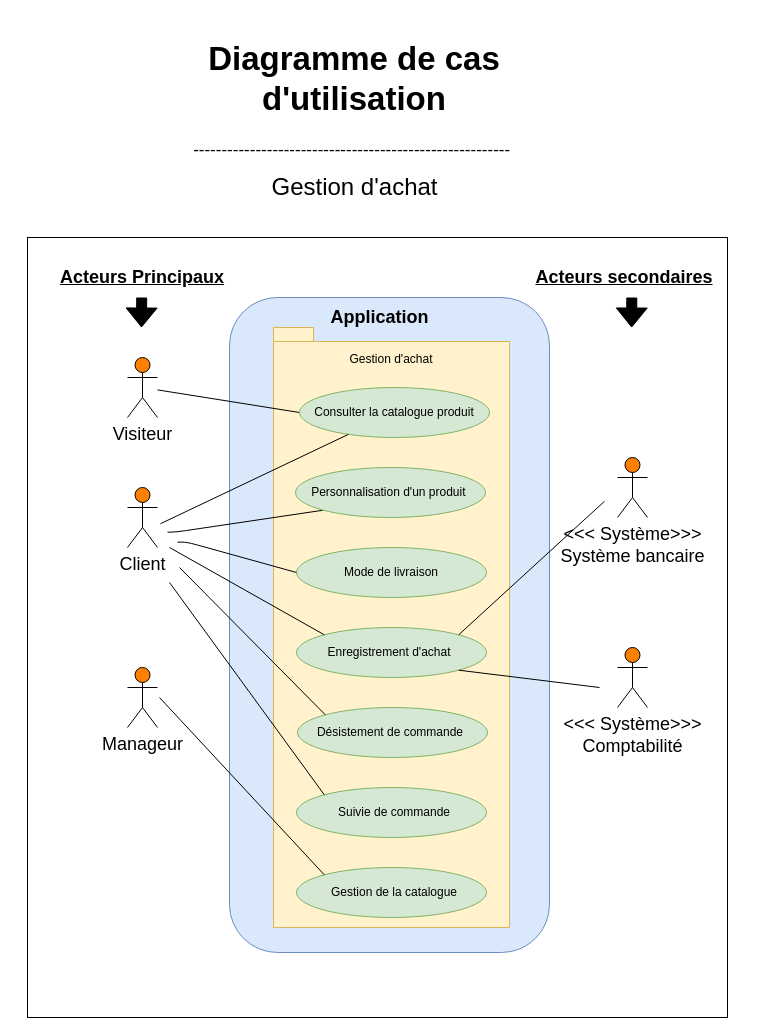
Before: page "Gestion d'achat" (1 of 5) of Use case Diagram.drawio in Maayaavi/OC_Project_4, a draw.io diagram. Source tidied: cells renumbered, new cells numbered last; positions are measured from the earlier drawing's top-left corner, leaving out a move shared by most shapes. Both pictures are drawn from the tidied source at 100%, with x=0, y=0 at pixel (17, 27).
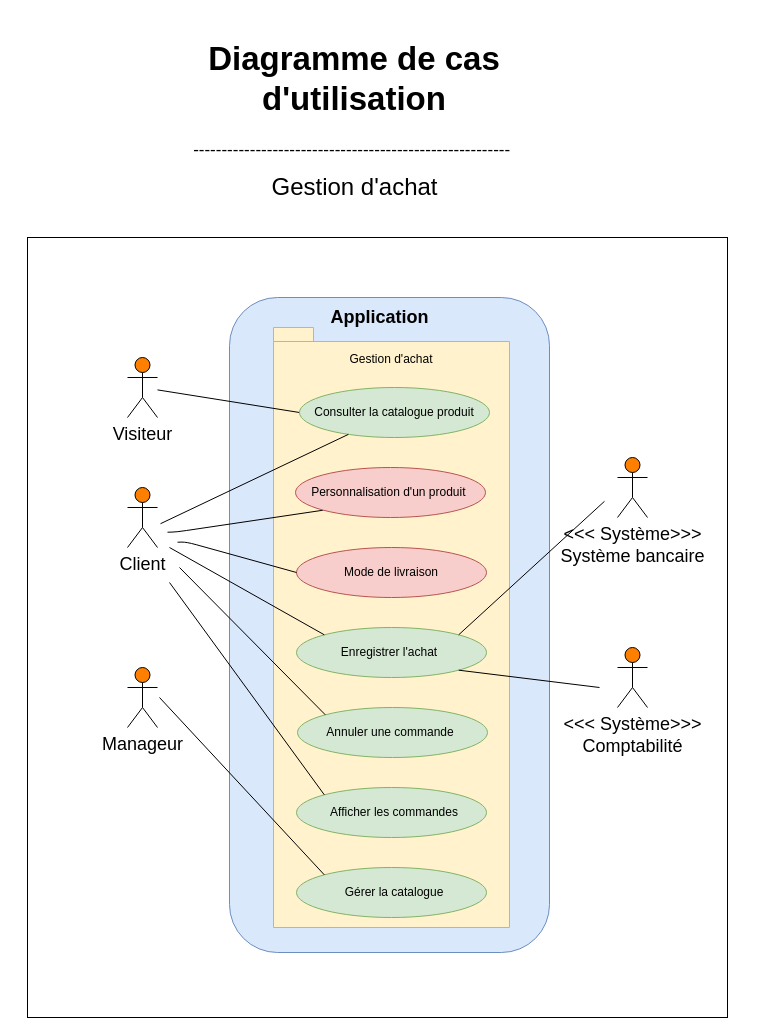
Above is the later version.

What changed in the source:
```diff
@@
-    <mxCell id="11" value="Acteurs Principaux" style="text;html=1;strokeColor=none;fillColor=none;align=center;verticalAlign=middle;whiteSpace=wrap;rounded=0;glass=0;fontSize=18;fontStyle=5;" parent="1" vertex="1">
-      <mxGeometry y="240" width="250" height="20" as="geometry" />
-    </mxCell>
-    <mxCell id="12" value="Acteurs secondaires" style="text;html=1;strokeColor=none;fillColor=none;align=center;verticalAlign=middle;whiteSpace=wrap;rounded=0;glass=0;fontSize=18;fontStyle=5;" parent="1" vertex="1">
-      <mxGeometry x="482" y="240" width="250" height="20" as="geometry" />
-    </mxCell>
-    <mxCell id="13" style="shape=flexArrow;endArrow=classic;html=1;strokeColor=#000000;fontSize=18;fillColor=#000000;" parent="1" edge="1">
-      <mxGeometry relative="1" as="geometry">
-        <mxPoint x="124.2" y="270" as="sourcePoint" />
-        <mxPoint x="124" y="300" as="targetPoint" />
-      </mxGeometry>
-    </mxCell>
-    <mxCell id="14" style="shape=flexArrow;endArrow=classic;html=1;strokeColor=#000000;fontSize=18;fillColor=#000000;" parent="1" edge="1">
-      <mxGeometry relative="1" as="geometry">
-        <mxPoint x="614.3" y="270" as="sourcePoint" />
-        <mxPoint x="614.2" y="300" as="targetPoint" />
-      </mxGeometry>
-    </mxCell>
@@
-    <mxCell id="21" value="Enregistrement d'achat" style="text;html=1;strokeColor=none;fillColor=none;align=center;verticalAlign=middle;whiteSpace=wrap;rounded=0;" parent="1" vertex="1">
+    <mxCell id="21" value="Enregistrer l'achat" style="text;html=1;strokeColor=none;fillColor=none;align=center;verticalAlign=middle;whiteSpace=wrap;rounded=0;" parent="1" vertex="1">
       <mxGeometry x="267" y="615" width="210" height="20" as="geometry" />
     </mxCell>
@@
-    <mxCell id="26" value="Gestion de la catalogue" style="text;html=1;strokeColor=none;fillColor=none;align=center;verticalAlign=middle;whiteSpace=wrap;rounded=0;" parent="1" vertex="1">
+    <mxCell id="26" value="Gérer la catalogue" style="text;html=1;strokeColor=none;fillColor=none;align=center;verticalAlign=middle;whiteSpace=wrap;rounded=0;" parent="1" vertex="1">
       <mxGeometry x="272" y="855" width="210" height="20" as="geometry" />
     </mxCell>
@@
-    <mxCell id="29" style="ellipse;whiteSpace=wrap;html=1;fillColor=#d5e8d4;strokeColor=#82b366;" parent="1" vertex="1">
+    <mxCell id="29" style="ellipse;whiteSpace=wrap;html=1;fillColor=#f8cecc;strokeColor=#b85450;" parent="1" vertex="1">
       <mxGeometry x="279" y="520" width="190" height="50" as="geometry" />
     </mxCell>
@@
-    <mxCell id="33" value="Désistement de commande" style="text;html=1;strokeColor=none;fillColor=none;align=center;verticalAlign=middle;whiteSpace=wrap;rounded=0;" parent="1" vertex="1">
+    <mxCell id="33" value="Annuler une commande" style="text;html=1;strokeColor=none;fillColor=none;align=center;verticalAlign=middle;whiteSpace=wrap;rounded=0;" parent="1" vertex="1">
       <mxGeometry x="268" y="695" width="210" height="20" as="geometry" />
     </mxCell>
@@
-    <mxCell id="35" style="ellipse;whiteSpace=wrap;html=1;fillColor=#d5e8d4;strokeColor=#82b366;" parent="1" vertex="1">
+    <mxCell id="35" style="ellipse;whiteSpace=wrap;html=1;fillColor=#f8cecc;strokeColor=#b85450;" parent="1" vertex="1">
       <mxGeometry x="278" y="440" width="190" height="50" as="geometry" />
     </mxCell>
@@
-    <mxCell id="39" value="Suivie de commande" style="text;html=1;strokeColor=none;fillColor=none;align=center;verticalAlign=middle;whiteSpace=wrap;rounded=0;" parent="1" vertex="1">
+    <mxCell id="39" value="Afficher les commandes" style="text;html=1;strokeColor=none;fillColor=none;align=center;verticalAlign=middle;whiteSpace=wrap;rounded=0;" parent="1" vertex="1">
       <mxGeometry x="272" y="775" width="210" height="20" as="geometry" />
     </mxCell>
```
